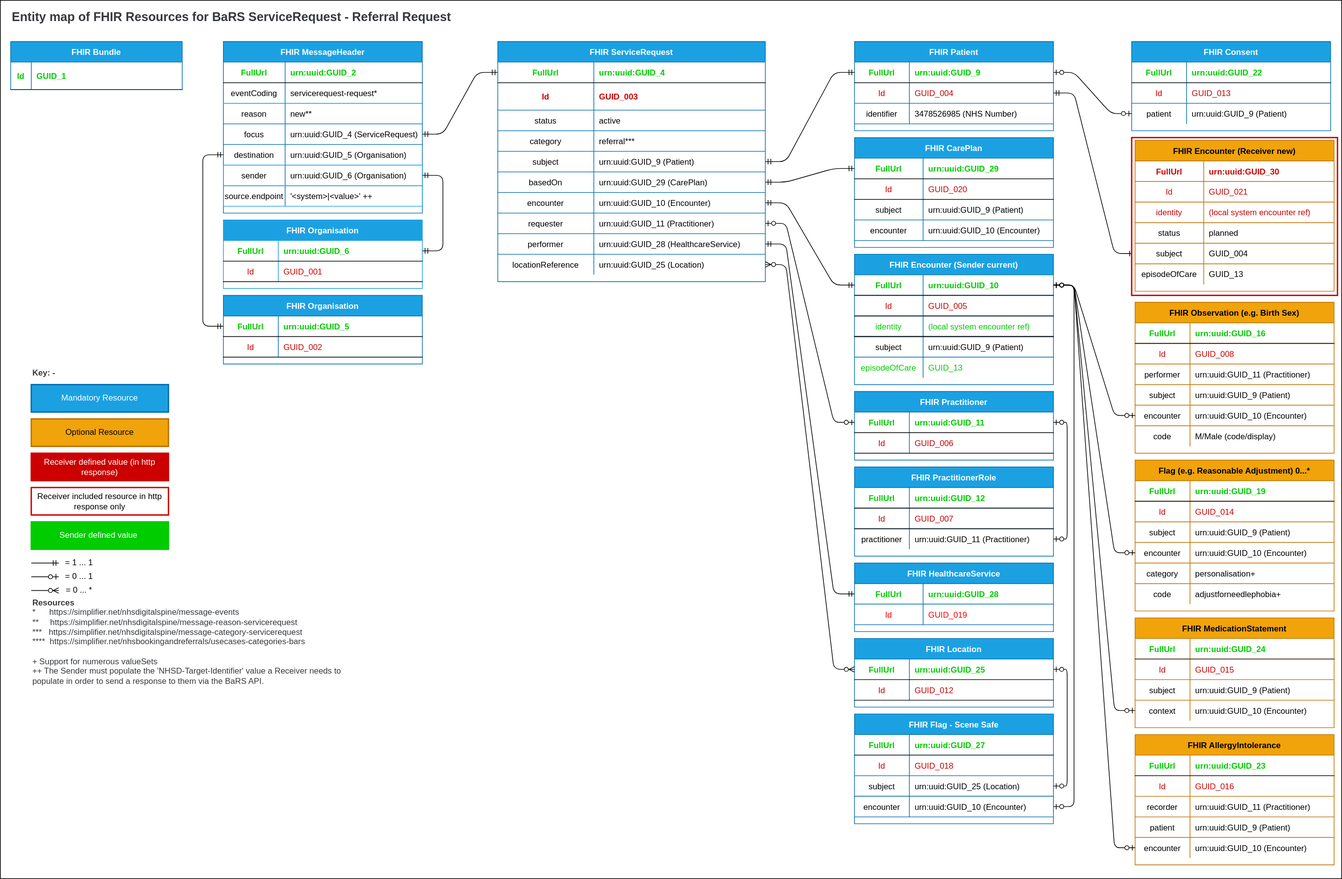
Earlier version of the draw.io export src/images/EntityMaps/EntityMap9sToCASReferralRequest-1.0.0.svg (NHSDigital/booking-and-referral-media). Source tidied: cells renumbered, new cells last; positions are measured from the earlier drawing's top-left corner, leaving out a move shared by most shapes.
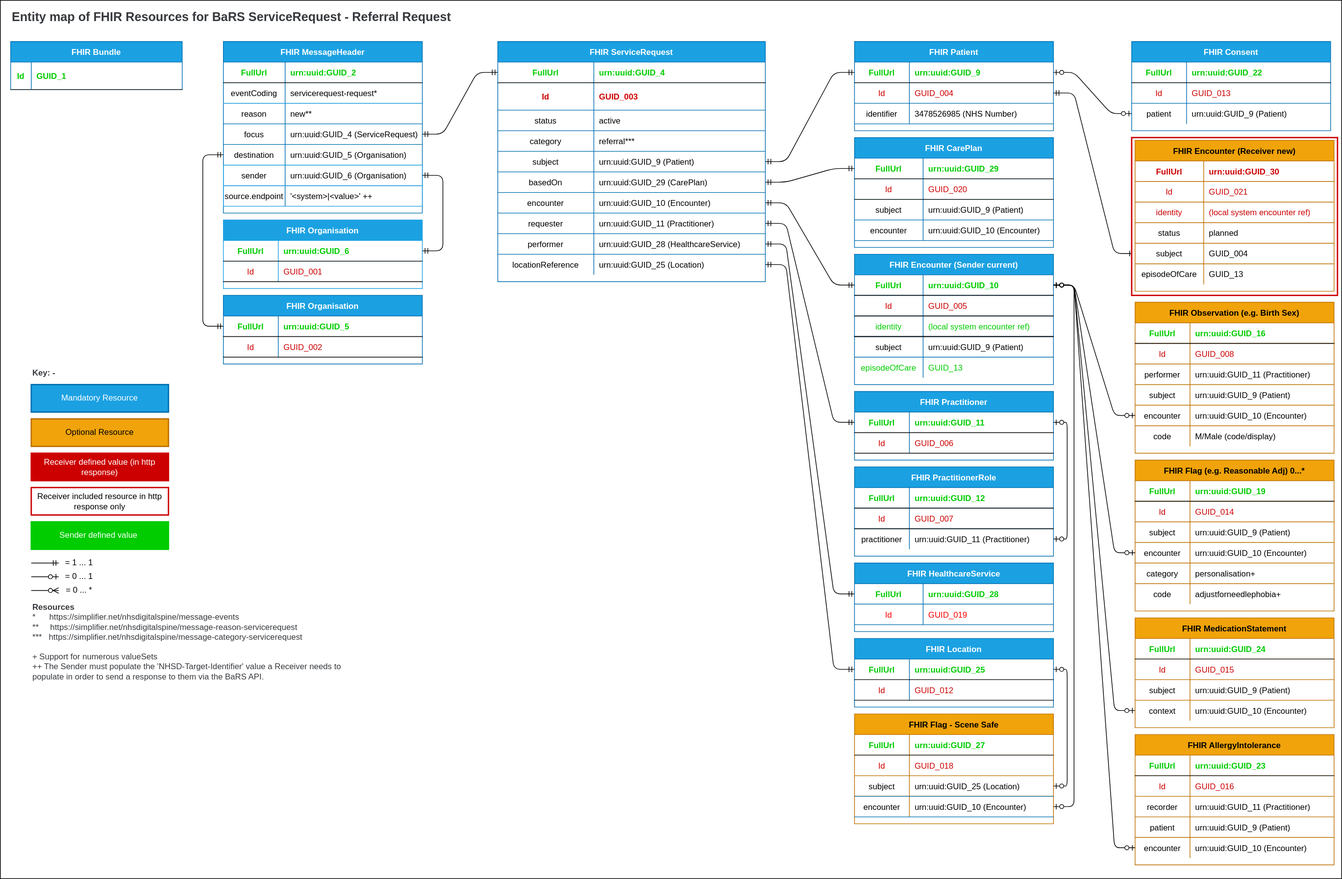
Later version of the same file.

Commit message:
9sToCAS-ERD-Updated

Updates to ERD to reflect recent review comments

Change to the diagram source:
```diff
@@ -356,7 +356,7 @@
     <mxCell id="119" style="edgeStyle=entityRelationEdgeStyle;endArrow=ERmandOne;startArrow=ERmandOne;endFill=0;startFill=0;exitX=1;exitY=0.5;exitDx=0;exitDy=0;entryX=0;entryY=0.5;entryDx=0;entryDy=0;" parent="1" edge="1" source="62" target="86">
       <mxGeometry relative="1" as="geometry" />
     </mxCell>
-    <mxCell id="120" style="edgeStyle=entityRelationEdgeStyle;endArrow=ERzeroToOne;startArrow=ERzeroToOne;endFill=0;startFill=0;exitX=1;exitY=0.5;exitDx=0;exitDy=0;entryX=0;entryY=0.5;entryDx=0;entryDy=0;" parent="1" edge="1" source="65" target="102">
+    <mxCell id="120" style="edgeStyle=entityRelationEdgeStyle;endArrow=ERmandOne;startArrow=ERmandOne;endFill=0;startFill=0;exitX=1;exitY=0.5;exitDx=0;exitDy=0;entryX=0;entryY=0.5;entryDx=0;entryDy=0;" parent="1" edge="1" source="65" target="102">
       <mxGeometry relative="1" as="geometry" />
     </mxCell>
     <mxCell id="121" style="edgeStyle=elbowEdgeStyle;endArrow=ERzeroToOne;startArrow=ERzeroToOne;endFill=0;startFill=0;exitX=1;exitY=0.5;exitDx=0;exitDy=0;" parent="1" edge="1" source="102" target="115">
@@ -440,7 +440,7 @@
     <mxCell id="144" style="edgeStyle=entityRelationEdgeStyle;endArrow=ERzeroToOne;startArrow=ERzeroToOne;endFill=0;startFill=0;jumpStyle=none;exitX=0;exitY=0.5;exitDx=0;exitDy=0;entryX=1;entryY=0.5;entryDx=0;entryDy=0;" parent="1" edge="1" source="138" target="86">
       <mxGeometry relative="1" as="geometry" />
     </mxCell>
-    <mxCell id="145" value="Flag (e.g. Reasonable Adjustment) 0...*" style="shape=table;startSize=30;rowLines=1;fontStyle=1;align=center;fillColor=#f0a30a;strokeColor=#BD7000;fontColor=#000000;" parent="1" vertex="1">
+    <mxCell id="145" value="FHIR Flag (e.g. Reasonable Adj) 0...*" style="shape=table;startSize=30;rowLines=1;fontStyle=1;align=center;fillColor=#f0a30a;strokeColor=#BD7000;fontColor=#000000;" parent="1" vertex="1">
       <mxGeometry x="1654" y="670" width="290" height="220" as="geometry" />
     </mxCell>
     <mxCell id="146" style="shape=partialRectangle;fillColor=none;top=0;left=0;right=0;bottom=1;" parent="145" vertex="1">
@@ -647,7 +647,7 @@
     <mxCell id="213" value="GUID_012" style="shape=partialRectangle;overflow=hidden;fillColor=none;top=0;left=0;bottom=0;right=0;align=left;spacingLeft=6;fontStyle=0;fontColor=#CC0000;" parent="211" vertex="1">
       <mxGeometry x="80" width="210" height="30" as="geometry" />
     </mxCell>
-    <mxCell id="214" style="edgeStyle=entityRelationEdgeStyle;endArrow=ERzeroToMany;startArrow=ERzeroToMany;endFill=1;startFill=1;jumpStyle=none;entryX=1;entryY=0.5;entryDx=0;entryDy=0;exitX=0;exitY=0.5;exitDx=0;exitDy=0;" parent="1" edge="1" source="208" target="71">
+    <mxCell id="214" style="edgeStyle=entityRelationEdgeStyle;endArrow=ERmandOne;startArrow=ERmandOne;endFill=0;startFill=0;jumpStyle=none;entryX=1;entryY=0.5;entryDx=0;entryDy=0;exitX=0;exitY=0.5;exitDx=0;exitDy=0;" parent="1" edge="1" source="208" target="71">
       <mxGeometry relative="1" as="geometry" />
     </mxCell>
     <mxCell id="215" value="&lt;font color=&quot;#36393d&quot;&gt;&lt;b&gt;Key: -&amp;nbsp;&lt;br&gt;&lt;/b&gt;&lt;br&gt;&lt;/font&gt;" style="text;html=1;strokeColor=none;fillColor=none;align=left;verticalAlign=middle;whiteSpace=wrap;rounded=0;fontColor=#FFFFFF;" parent="1" vertex="1">
@@ -662,7 +662,7 @@
     <mxCell id="218" value="Optional Resource" style="rounded=0;whiteSpace=wrap;html=1;fontColor=#000000;strokeColor=#BD7000;strokeWidth=2;fillColor=#f0a30a;" parent="1" vertex="1">
       <mxGeometry x="45" y="610" width="200" height="40" as="geometry" />
     </mxCell>
-    <mxCell id="219" value="&lt;font color=&quot;#36393d&quot;&gt;&lt;b&gt;Resources&lt;br&gt;&lt;/b&gt;&lt;div&gt;*&lt;span&gt;&lt;span style=&quot;white-space: pre;&quot;&gt;&amp;nbsp;&amp;nbsp;&amp;nbsp;  &amp;nbsp;&lt;/span&gt;&lt;/span&gt;https://simplifier.net/nhsdigitalspine/message-events&lt;/div&gt;&lt;div&gt;**&lt;span&gt;&lt;span style=&quot;white-space: pre;&quot;&gt;&amp;nbsp;&amp;nbsp;&amp;nbsp; &amp;nbsp;h&lt;/span&gt;&lt;/span&gt;ttps://simplifier.net/nhsdigitalspine/message-reason-servicerequest&lt;/div&gt;&lt;div&gt;***&lt;span&gt;&lt;span style=&quot;white-space: pre;&quot;&gt;&amp;nbsp;&amp;nbsp;&amp;nbsp;&lt;/span&gt;&lt;/span&gt;https://simplifier.net/nhsdigitalspine/message-category-servicerequest&lt;/div&gt;&lt;div&gt;****&amp;nbsp; https://simplifier.net/nhsbookingandreferrals/usecases-categories-bars&lt;/div&gt;&lt;div&gt;&lt;br&gt;&lt;/div&gt;+ Support for numerous valueSets&lt;br&gt;&lt;span style=&quot;font-size: 12px&quot;&gt;++ The Sender must populate the 'NHSD-Target-Identifier' value a Receiver needs to populate in order to send a response to them via the BaRS API.&lt;/span&gt;&lt;br&gt;&lt;/font&gt;" style="text;html=1;strokeColor=none;fillColor=none;align=left;verticalAlign=middle;whiteSpace=wrap;rounded=0;fontColor=#FFFFFF;" parent="1" vertex="1">
+    <mxCell id="219" value="&lt;font color=&quot;#36393d&quot;&gt;&lt;b&gt;Resources&lt;br&gt;&lt;/b&gt;&lt;div&gt;*&lt;span&gt;&lt;span style=&quot;white-space: pre;&quot;&gt;&amp;nbsp;&amp;nbsp;&amp;nbsp;  &amp;nbsp;&lt;/span&gt;&lt;/span&gt;https://simplifier.net/nhsdigitalspine/message-events&lt;/div&gt;&lt;div&gt;**&lt;span&gt;&lt;span style=&quot;white-space: pre;&quot;&gt;&amp;nbsp;&amp;nbsp;&amp;nbsp; &amp;nbsp;h&lt;/span&gt;&lt;/span&gt;ttps://simplifier.net/nhsdigitalspine/message-reason-servicerequest&lt;/div&gt;&lt;div&gt;***&lt;span&gt;&lt;span style=&quot;white-space: pre;&quot;&gt;&amp;nbsp;&amp;nbsp;&amp;nbsp;&lt;/span&gt;&lt;/span&gt;https://simplifier.net/nhsdigitalspine/message-category-servicerequest&lt;/div&gt;&lt;div&gt;&lt;br&gt;&lt;/div&gt;+ Support for numerous valueSets&lt;br&gt;&lt;span style=&quot;font-size: 12px&quot;&gt;++ The Sender must populate the 'NHSD-Target-Identifier' value a Receiver needs to populate in order to send a response to them via the BaRS API.&lt;/span&gt;&lt;br&gt;&lt;/font&gt;" style="text;html=1;strokeColor=none;fillColor=none;align=left;verticalAlign=middle;whiteSpace=wrap;rounded=0;fontColor=#FFFFFF;" parent="1" vertex="1">
       <mxGeometry x="45" y="900" width="500" height="70" as="geometry" />
     </mxCell>
     <mxCell id="220" value="Text" style="text;html=1;strokeColor=none;fillColor=none;align=center;verticalAlign=middle;whiteSpace=wrap;rounded=0;fontColor=#FFFFFF;" parent="1" vertex="1">
@@ -705,7 +705,7 @@
     <mxCell id="228" value="= 0 ... 1" style="text;html=1;strokeColor=none;fillColor=none;align=center;verticalAlign=middle;whiteSpace=wrap;rounded=0;" parent="1" vertex="1">
       <mxGeometry x="85" y="830" width="60" height="20" as="geometry" />
     </mxCell>
-    <mxCell id="229" value="FHIR Flag - Scene Safe" style="shape=table;startSize=30;rowLines=1;fontStyle=1;align=center;fillColor=#1ba1e2;strokeColor=#006EAF;fontColor=#ffffff;" parent="1" vertex="1">
+    <mxCell id="229" value="FHIR Flag - Scene Safe" style="shape=table;startSize=30;rowLines=1;fontStyle=1;align=center;fillColor=#f0a30a;strokeColor=#BD7000;fontColor=#000000;" parent="1" vertex="1">
       <mxGeometry x="1245" y="1040" width="290" height="160" as="geometry" />
     </mxCell>
     <mxCell id="230" style="shape=partialRectangle;fillColor=none;top=0;left=0;right=0;bottom=1;" parent="229" vertex="1">
```
